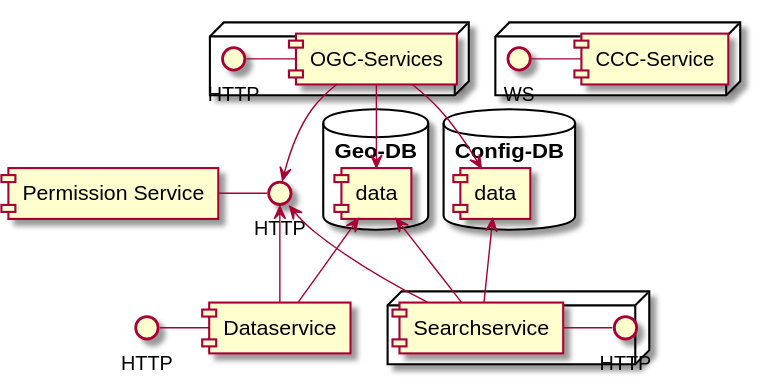
Above: doc/dia/api.svg in bjsvwcur/components (PlantUML), before the change.
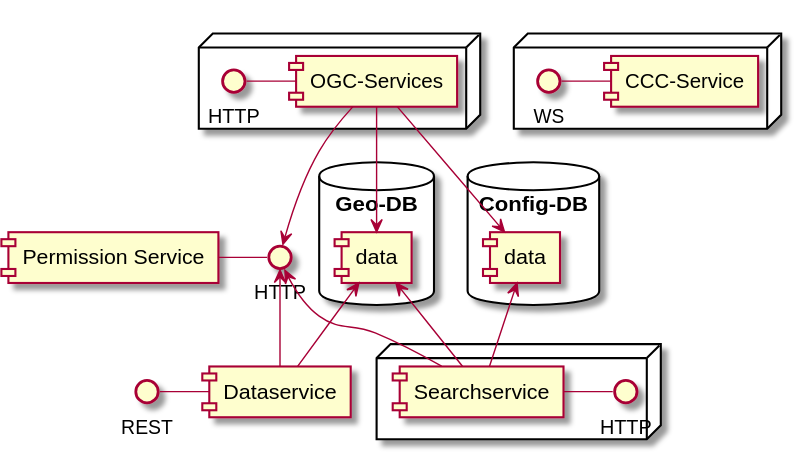
Above is the later version.

Change to the diagram source:
```diff
@@ -21,7 +21,7 @@
 }
 
 [Dataservice] as ds
-() HTTP as dsi
+() REST as dsi
 dsi -ds
 ds -up-> psi
 ds -up-> data
```
